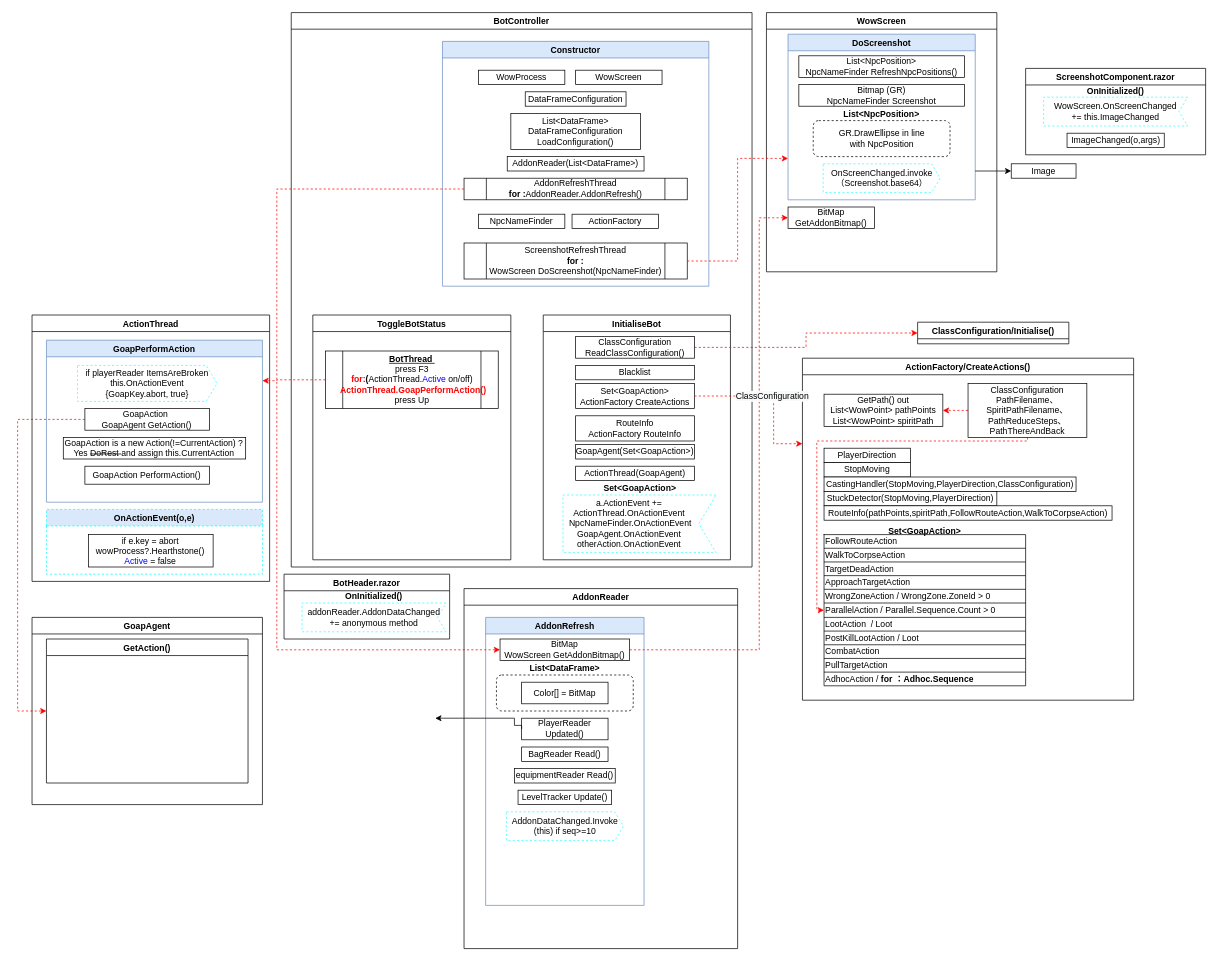
The draw.io diagram BotPlan_1.drawio in YannieCheung/botgrams, before the edit. Source tidied: cells renumbered, new cells numbered last; positions are measured from the earlier drawing's top-left corner, leaving out a move shared by most shapes. Both pictures are drawn from the tidied source at 72%, with x=0, y=0 at pixel (17, 12).
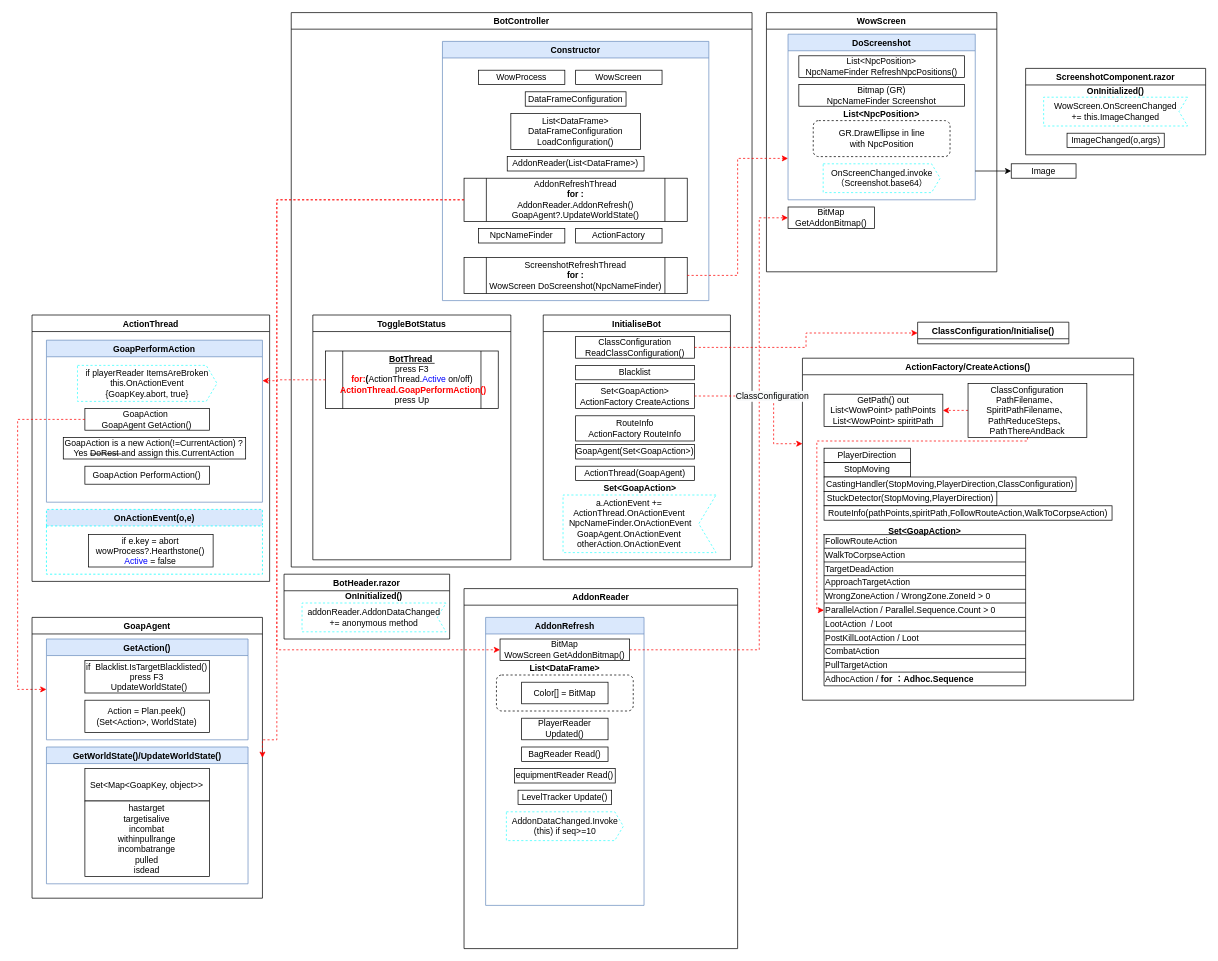
The same page after the edit.

Unchanged cells that the change refers to:
```xml
<mxCell id="2" value="BotController" style="swimlane;" parent="1" vertex="1">
  <mxGeometry x="380" width="640" height="770" as="geometry" />
</mxCell>
<mxCell id="41" value="BitMap&lt;br&gt;WowScreen GetAddonBitmap()" style="whiteSpace=wrap;html=1;strokeColor=#000000;" parent="40" vertex="1">
  <mxGeometry x="20" y="30" width="180" height="30" as="geometry" />
</mxCell>
<mxCell id="44" value="PlayerReader&lt;br&gt;Updated()" style="whiteSpace=wrap;html=1;strokeColor=#000000;" parent="40" vertex="1">
  <mxGeometry x="50" y="140" width="120" height="30" as="geometry" />
</mxCell>
<mxCell id="95" value="GoapAction&amp;nbsp;&lt;br&gt;GoapAgent GetAction()" style="whiteSpace=wrap;html=1;strokeColor=#000000;" parent="93" vertex="1">
  <mxGeometry x="53.4" y="95" width="173.1" height="30" as="geometry" />
</mxCell>
```

The edit, as a diff of the source:
```diff
@@
     <mxCell id="3" value="Constructor" style="swimlane;strokeColor=#6c8ebf;fillColor=#dae8fc;" parent="2" vertex="1">
-      <mxGeometry x="210" y="40" width="370" height="340" as="geometry" />
+      <mxGeometry x="210" y="40" width="370" height="360" as="geometry" />
     </mxCell>
@@
     <mxCell id="8" value="NpcNameFinder" style="rounded=0;whiteSpace=wrap;html=1;" parent="3" vertex="1">
-      <mxGeometry x="50" y="240" width="120" height="20" as="geometry" />
+      <mxGeometry x="50" y="260" width="120" height="20" as="geometry" />
     </mxCell>
@@
     <mxCell id="10" value="ActionFactory" style="rounded=0;whiteSpace=wrap;html=1;" parent="3" vertex="1">
-      <mxGeometry x="180" y="240" width="120" height="20" as="geometry" />
+      <mxGeometry x="185" y="260" width="120" height="20" as="geometry" />
     </mxCell>
     <mxCell id="11" value="ScreenshotRefreshThread&lt;br&gt;&lt;b&gt;for :&lt;/b&gt;&lt;br&gt;WowScreen&amp;nbsp;DoScreenshot(NpcNameFinder)" style="shape=process;whiteSpace=wrap;html=1;backgroundOutline=1;" parent="3" vertex="1">
-      <mxGeometry x="30" y="280" width="310" height="50" as="geometry" />
+      <mxGeometry x="30" y="300" width="310" height="50" as="geometry" />
     </mxCell>
-    <mxCell id="12" value="AddonRefreshThread&lt;br&gt;&lt;b&gt;for :&lt;/b&gt;AddonReader.AddonRefresh()" style="shape=process;whiteSpace=wrap;html=1;backgroundOutline=1;" parent="3" vertex="1">
-      <mxGeometry x="30" y="190" width="310" height="30" as="geometry" />
+    <mxCell id="12" value="AddonRefreshThread&lt;br&gt;&lt;b&gt;for :&lt;br&gt;&lt;/b&gt;AddonReader.AddonRefresh()&lt;br&gt;GoapAgent?.UpdateWorldState()" style="shape=process;whiteSpace=wrap;html=1;backgroundOutline=1;" parent="3" vertex="1">
+      <mxGeometry x="30" y="190" width="310" height="60" as="geometry" />
     </mxCell>
@@
-    <mxCell id="49" style="edgeStyle=orthogonalEdgeStyle;rounded=0;jettySize=auto;html=1;exitX=0;exitY=0.5;exitDx=0;exitDy=0;" parent="1" edge="1" source="44">
-      <mxGeometry relative="1" as="geometry">
-        <mxPoint x="580" y="980" as="targetPoint" />
-        <Array as="points">
-          <mxPoint x="700" y="990" />
-          <mxPoint x="690" y="990" />
-          <mxPoint x="690" y="980" />
-        </Array>
-      </mxGeometry>
-    </mxCell>
@@
     <mxCell id="51" style="edgeStyle=orthogonalEdgeStyle;rounded=0;jettySize=auto;html=1;exitX=0;exitY=0.5;exitDx=0;exitDy=0;entryX=0;entryY=0.5;entryDx=0;entryDy=0;dashed=1;strokeColor=#FF0000;" parent="1" edge="1" source="12" target="41">
       <mxGeometry relative="1" as="geometry">
         <Array as="points">
-          <mxPoint x="360" y="245" />
+          <mxPoint x="360" y="260" />
           <mxPoint x="360" y="885" />
         </Array>
       </mxGeometry>
     </mxCell>
@@
     <mxCell id="100" style="edgeStyle=orthogonalEdgeStyle;rounded=0;jettySize=auto;html=1;exitX=0;exitY=0.5;exitDx=0;exitDy=0;dashed=1;strokeColor=#FF0000;entryX=0;entryY=0.5;entryDx=0;entryDy=0;" parent="1" edge="1" source="95" target="103">
       <mxGeometry relative="1" as="geometry">
         <Array as="points">
           <mxPoint y="565" />
-          <mxPoint y="970" />
+          <mxPoint y="940" />
         </Array>
       </mxGeometry>
     </mxCell>
@@
     <mxCell id="102" value="GoapAgent" style="swimlane;fontColor=#000000;strokeColor=#000000;" parent="1" vertex="1">
-      <mxGeometry x="20" y="840" width="320" height="260" as="geometry" />
+      <mxGeometry x="20" y="840" width="320" height="390" as="geometry" />
     </mxCell>
-    <mxCell id="103" value="GetAction()" style="swimlane;fontColor=#000000;strokeColor=#000000;" parent="102" vertex="1">
-      <mxGeometry x="20" y="30" width="280" height="200" as="geometry" />
+    <mxCell id="103" value="GetAction()" style="swimlane;strokeColor=#6c8ebf;fillColor=#dae8fc;" parent="102" vertex="1">
+      <mxGeometry x="20" y="30" width="280" height="140" as="geometry" />
     </mxCell>
+    <mxCell id="104" value="if&amp;nbsp;&amp;nbsp;Blacklist.IsTargetBlacklisted()&lt;br&gt;press F3&lt;br&gt;&lt;div&gt;&amp;nbsp; UpdateWorldState()&lt;/div&gt;" style="whiteSpace=wrap;html=1;strokeColor=#000000;" parent="103" vertex="1">
+      <mxGeometry x="53.4" y="30" width="173.1" height="45" as="geometry" />
+    </mxCell>
+    <mxCell id="105" value="Action = Plan.peek()&lt;br&gt;(Set&amp;lt;Action&amp;gt;, WorldState)" style="whiteSpace=wrap;html=1;strokeColor=#000000;" parent="103" vertex="1">
+      <mxGeometry x="53.4" y="85" width="173.1" height="45" as="geometry" />
+    </mxCell>
+    <mxCell id="106" value="GetWorldState()/UpdateWorldState()" style="swimlane;strokeColor=#6c8ebf;startSize=23;fillColor=#dae8fc;" parent="102" vertex="1">
+      <mxGeometry x="20" y="180" width="280" height="190" as="geometry" />
+    </mxCell>
+    <mxCell id="107" value="Set&amp;lt;Map&amp;lt;GoapKey, object&amp;gt;&amp;gt;" style="whiteSpace=wrap;html=1;strokeColor=#000000;" parent="106" vertex="1">
+      <mxGeometry x="53.4" y="30" width="173.1" height="45" as="geometry" />
+    </mxCell>
+    <mxCell id="108" value="hastarget&lt;br&gt;targetisalive&lt;br&gt;incombat&lt;br&gt;withinpullrange&lt;br&gt;incombatrange&lt;br&gt;pulled&lt;br&gt;isdead" style="whiteSpace=wrap;html=1;strokeColor=#000000;" parent="106" vertex="1">
+      <mxGeometry x="53.4" y="75" width="173.1" height="105" as="geometry" />
+    </mxCell>
+    <mxCell id="109" style="edgeStyle=orthogonalEdgeStyle;rounded=0;jettySize=auto;html=1;dashed=1;fontColor=#FF0000;strokeColor=#FF0000;entryX=1;entryY=0.5;entryDx=0;entryDy=0;" parent="1" edge="1" target="102">
+      <mxGeometry relative="1" as="geometry">
+        <mxPoint x="620" y="260" as="sourcePoint" />
+        <Array as="points">
+          <mxPoint x="360" y="260" />
+          <mxPoint x="360" y="1010" />
+        </Array>
+      </mxGeometry>
+    </mxCell>
```
